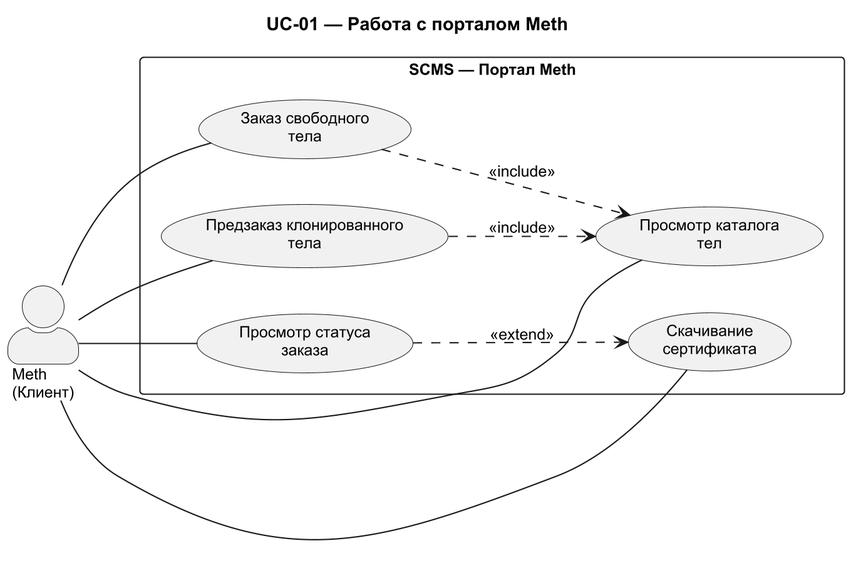
The PlantUML diagram use-case-diagrams/uc01-meth-portal.png in ErnandesDaniel/modified-carbon, before a commit. Source of this version:
```plantuml
@startuml
skinparam packageStyle rectangle
skinparam actorStyle awesome
skinparam dpi 200
skinparam defaultFontName Arial
skinparam defaultFontSize 12

left to right direction

title UC-01 — Работа с порталом Meth

rectangle "SCMS — Портал Meth" {

  usecase "Просмотр каталога\nтел" as CATALOG
  usecase "Заказ свободного\nтела" as ORDER
  usecase "Предзаказ клонированного\nтела" as PREORDER
  usecase "Просмотр статуса\nзаказа" as STATUS
  usecase "Скачивание\nсертификата" as CERT

  ORDER ..> CATALOG : <<include>>
  PREORDER ..> CATALOG : <<include>>
  STATUS ..> CERT : <<extend>>
}

actor "Meth\n(Клиент)" as METH

METH -- CATALOG
METH -- ORDER
METH -- PREORDER
METH -- STATUS
METH -- CERT

@enduml
```
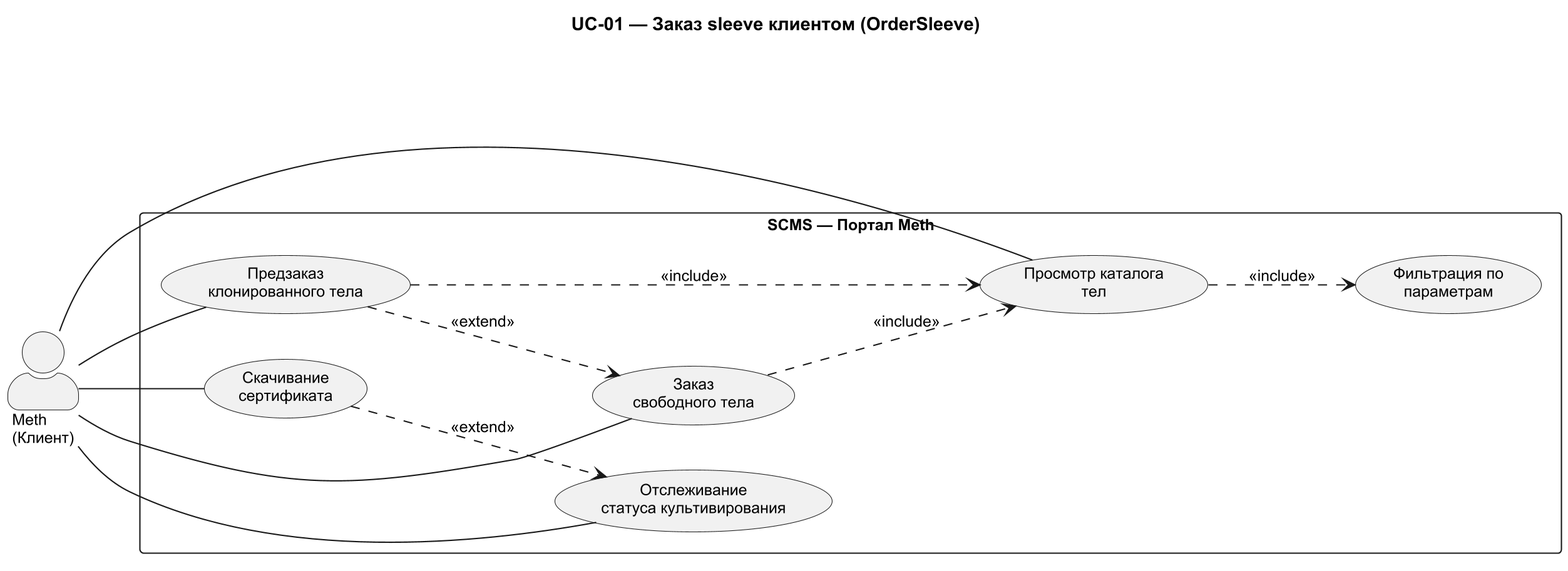
After the change.

What changed in the source:
```diff
@@ -7,19 +7,22 @@
 
 left to right direction
 
-title UC-01 — Работа с порталом Meth
+title UC-01 — Заказ sleeve клиентом (OrderSleeve)
 
 rectangle "SCMS — Портал Meth" {
 
   usecase "Просмотр каталога\nтел" as CATALOG
-  usecase "Заказ свободного\nтела" as ORDER
-  usecase "Предзаказ клонированного\nтела" as PREORDER
-  usecase "Просмотр статуса\nзаказа" as STATUS
+  usecase "Фильтрация по\nпараметрам" as FILTER
+  usecase "Заказ\nсвободного тела" as ORDER
+  usecase "Предзаказ\nклонированного тела" as PREORDER
+  usecase "Отслеживание\nстатуса культивирования" as TRACK
   usecase "Скачивание\nсертификата" as CERT
 
+  CATALOG ..> FILTER : <<include>>
   ORDER ..> CATALOG : <<include>>
   PREORDER ..> CATALOG : <<include>>
-  STATUS ..> CERT : <<extend>>
+  PREORDER ..> ORDER : <<extend>>
+  CERT ..> TRACK : <<extend>>
 }
 
 actor "Meth\n(Клиент)" as METH
@@ -27,7 +30,7 @@
 METH -- CATALOG
 METH -- ORDER
 METH -- PREORDER
-METH -- STATUS
+METH -- TRACK
 METH -- CERT
 
 @enduml
```
